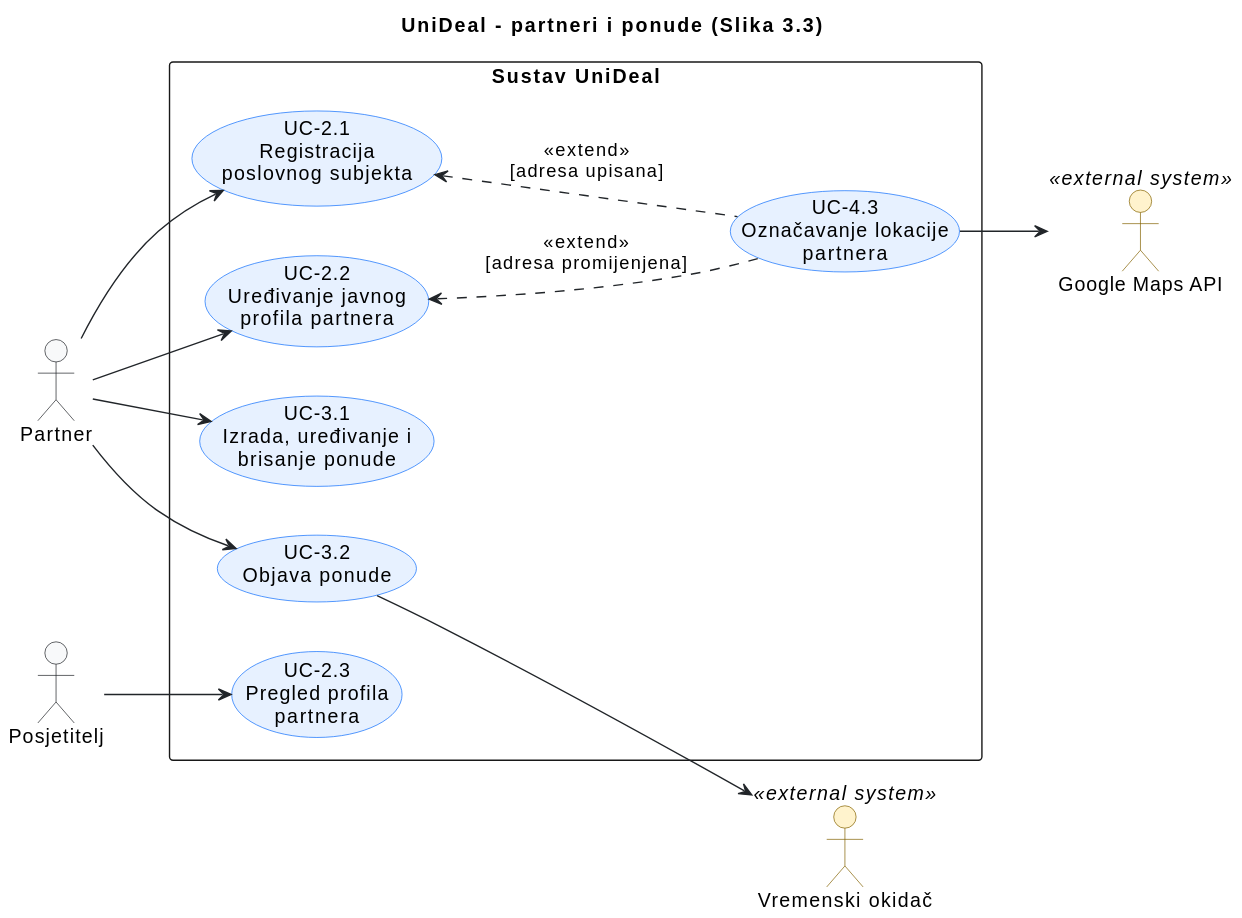
Before: docs/assets/diagrams/3-1-unideal-partner-UC.svg, a diagram exported from PlantUML (matejban/UniDeal). Source of this version:
```plantuml
@startuml
title UniDeal - partneri i ponude (Slika 3.3)
left to right direction

skinparam shadowing false
skinparam defaultFontName Arial
skinparam ArrowColor #212529

skinparam actor {
    BackgroundColor #F8F9FA
    BorderColor #212529
    BackgroundColor<<external system>> #FFF3CD
    BorderColor<<external system>> #856404
}

skinparam usecase {
    BackgroundColor #E7F1FF
    BorderColor #0D6EFD
}

actor "Partner" as Partner
actor "Posjetitelj" as Visitor

actor "Google Maps API" as Maps <<external system>>
actor "Vremenski okidač" as Timer <<external system>>

rectangle "Sustav UniDeal" {
    (UC-2.1\nRegistracija\nposlovnog subjekta) as UC21
    (UC-2.2\nUređivanje javnog\nprofila partnera) as UC22
    (UC-4.3\nOznačavanje lokacije\npartnera) as UC43
    (UC-3.1\nIzrada, uređivanje i\nbrisanje ponude) as UC31
    (UC-3.2\nObjava ponude) as UC32
    (UC-2.3\nPregled profila\npartnera) as UC23
}

Partner --> UC21
Partner --> UC22
Partner --> UC31
Partner --> UC32

UC21 <.. UC43 : <<extend>>\n[adresa upisana]
UC22 <.. UC43 : <<extend>>\n[adresa promijenjena]

Visitor --> UC23

UC43 --> Maps
UC32 --> Timer
@enduml
```
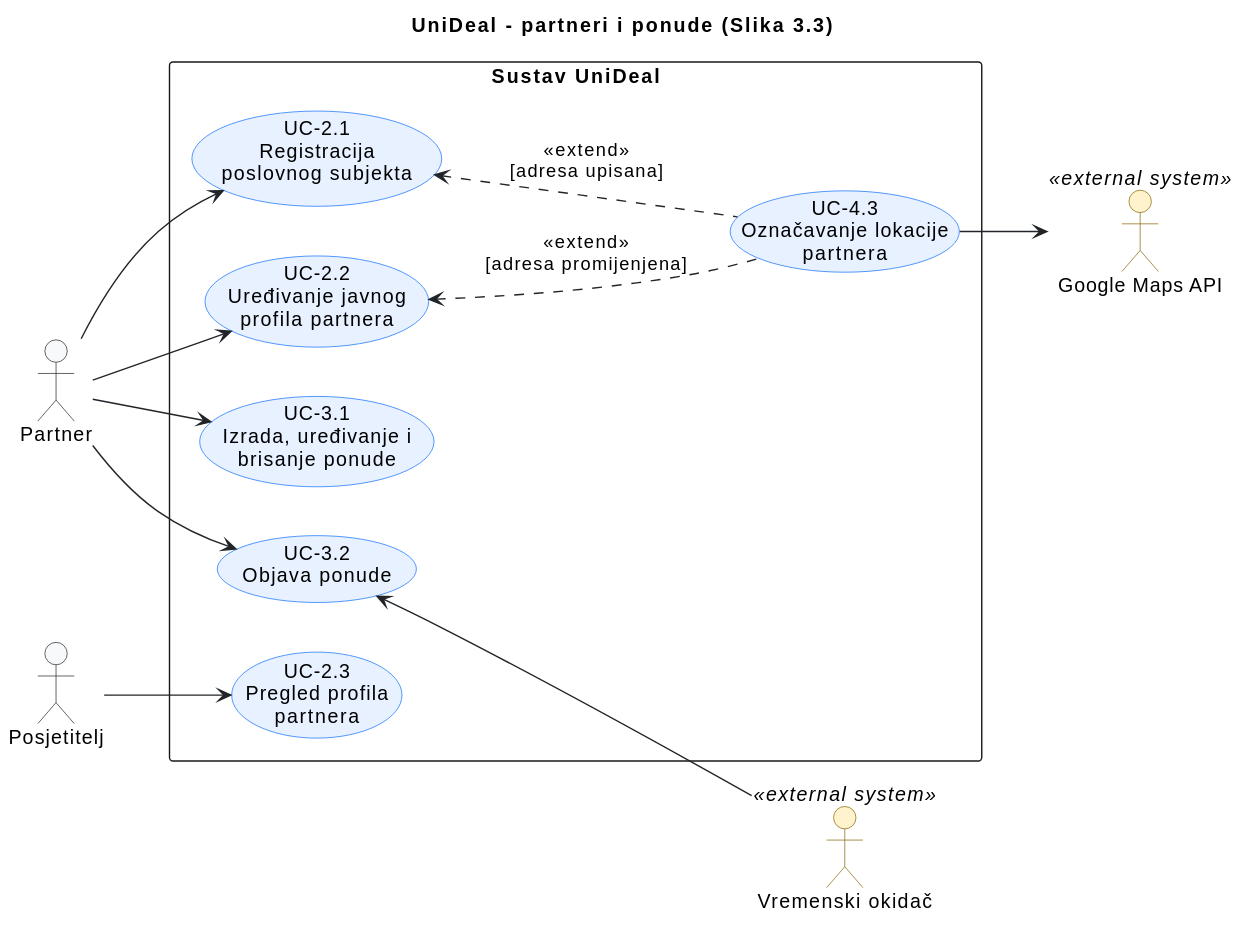
The same diagram one commit later.

What changed in the source:
```diff
@@ -1,4 +1,6 @@
 @startuml
+
+
 title UniDeal - partneri i ponude (Slika 3.3)
 left to right direction
 
@@ -44,5 +46,5 @@
 Visitor --> UC23
 
 UC43 --> Maps
-UC32 --> Timer
+UC32 <-- Timer
 @enduml
```
